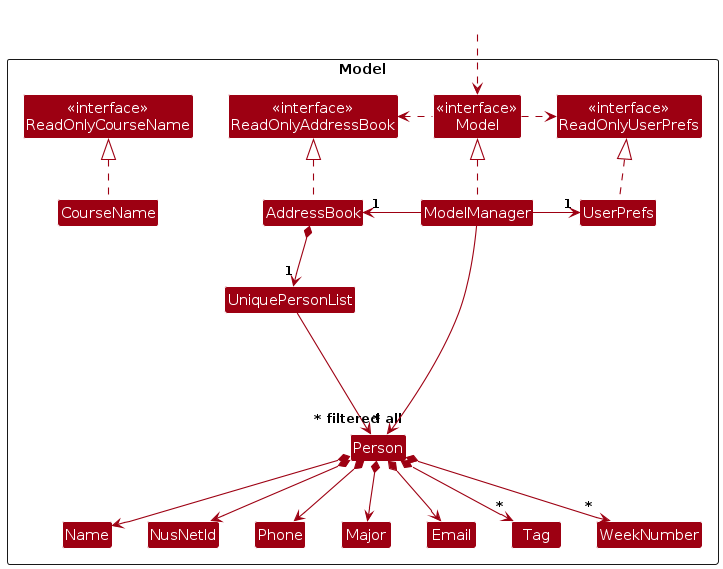
Above: diagrams/ModelClassDiagram.png in belligerentbeagle/tp (PlantUML), before the change. Its source is kept beside it as diagrams/ModelClassDiagram.puml. Source of this version:
```plantuml
@startuml
!include style.puml
skinparam arrowThickness 1.1
skinparam arrowColor MODEL_COLOR
skinparam classBackgroundColor MODEL_COLOR

Package Model as ModelPackage <<Rectangle>>{
Class "<<interface>>\nReadOnlyAddressBook" as ReadOnlyAddressBook
Class "<<interface>>\nReadOnlyUserPrefs" as ReadOnlyUserPrefs
Class "<<interface>>\nReadOnlyCourseName" as ReadOnlyCourseName
Class "<<interface>>\nModel" as Model
Class AddressBook
Class ModelManager
Class UserPrefs
Class CourseName

Class UniquePersonList
Class Person
Class NusNetId
Class Major
Class Email
Class Name
Class Phone
Class Tag
Class WeekNumber


Class I #FFFFFF
}

Class HiddenOutside #FFFFFF
HiddenOutside ..> Model

AddressBook .up.|> ReadOnlyAddressBook
CourseName .up.|> ReadOnlyCourseName

ModelManager .up.|> Model
Model .right.> ReadOnlyUserPrefs
Model .left.> ReadOnlyAddressBook
ModelManager -left-> "1" AddressBook
ModelManager -right-> "1" UserPrefs
UserPrefs .up.|> ReadOnlyUserPrefs

AddressBook *--> "1" UniquePersonList
UniquePersonList --> "~* all" Person
Person *--> Name
Person *--> NusNetId
Person *--> Phone
Person *--> Email
Person *--> Major
Person *--> "*" Tag
Person *--> "*" WeekNumber

Person -[hidden]up--> I
UniquePersonList -[hidden]right-> I

Name -[hidden]right-> NusNetId
NusNetId -[hidden]right-> Phone
Phone -[hidden]right-> Major
Major -[hidden]right-> Email

ModelManager --> "~* filtered" Person
@enduml
```
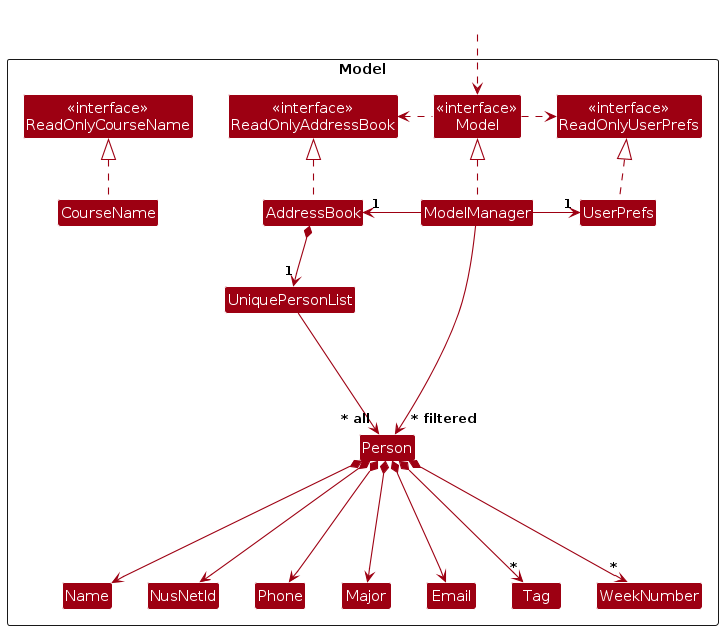
Above is the later version.

Change to the diagram source:
```diff
@@ -43,13 +43,13 @@
 
 AddressBook *--> "1" UniquePersonList
 UniquePersonList --> "~* all" Person
-Person *--> Name
-Person *--> NusNetId
-Person *--> Phone
-Person *--> Email
-Person *--> Major
-Person *--> "*" Tag
-Person *--> "*" WeekNumber
+Person *---> Name
+Person *---> NusNetId
+Person *---> Phone
+Person *---> Email
+Person *---> Major
+Person *---> "*" Tag
+Person *---> "*" WeekNumber
 
 Person -[hidden]up--> I
 UniquePersonList -[hidden]right-> I
```
